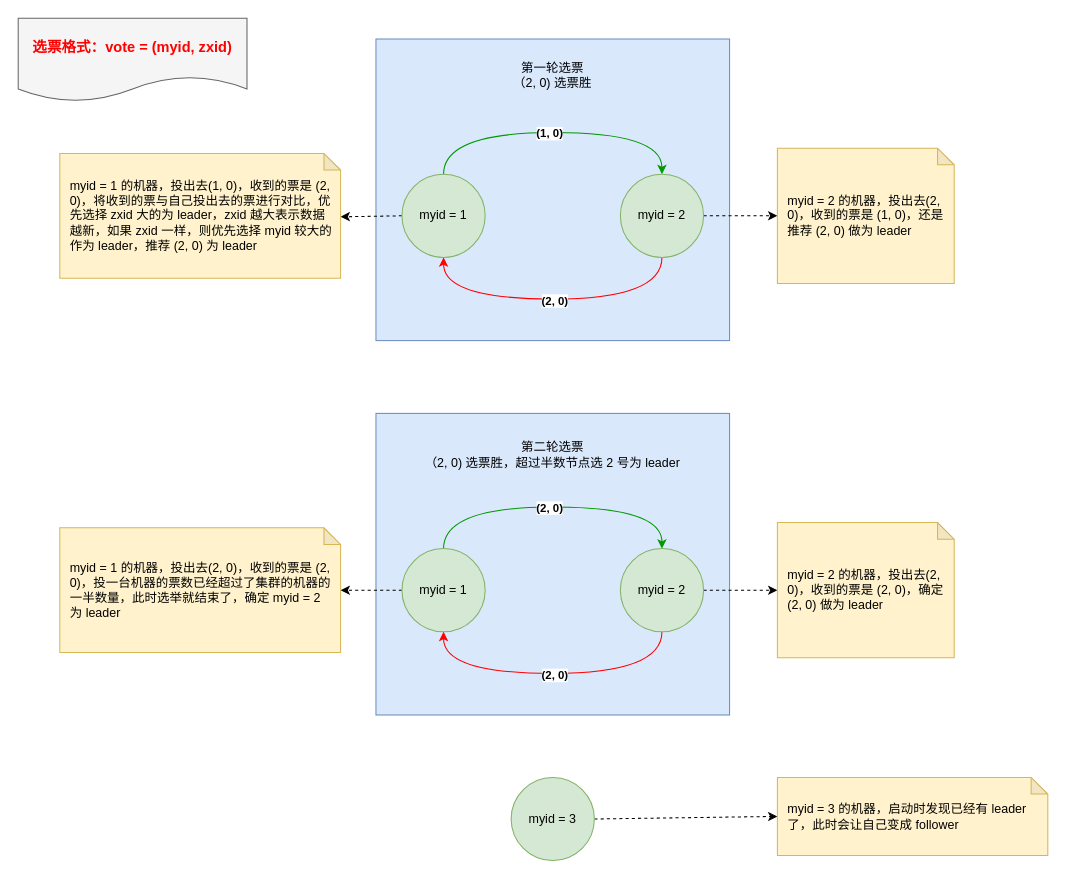
thebesteric/draw.io keeps this draw.io diagram as zookeeper/Leader 选举.drawio. Above is the earlier version. Source tidied: cells renumbered, new cells numbered last; positions are measured from the earlier drawing's top-left corner, leaving out a move shared by most shapes. Both pictures are drawn from the tidied source at 104%, with x=0, y=0 at pixel (18, 18).
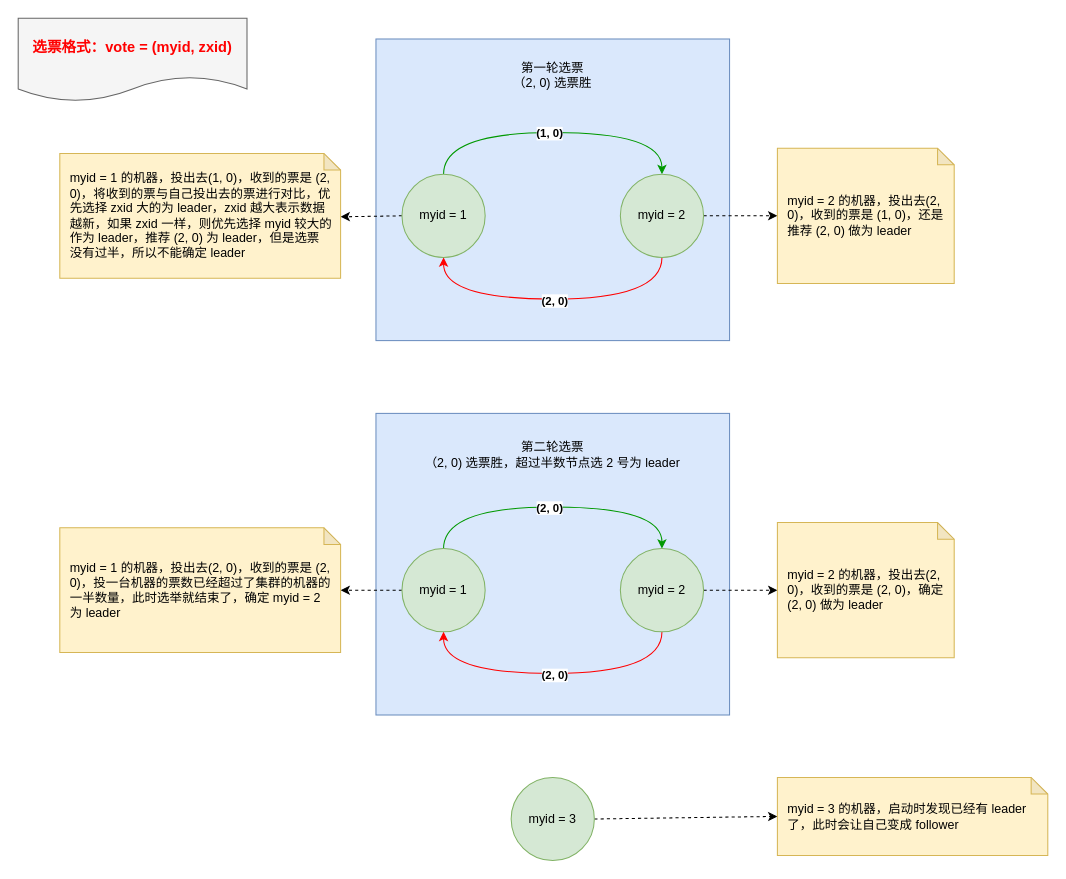
The same page after the edit.

What changed in the source:
```diff
@@
-    <mxCell id="12" value="myid = 1 的机器，投出去(1, 0)，收到的票是 (2, 0)，将收到的票与自己投出去的票进行对比，优先选择 zxid 大的为 leader，zxid 越大表示数据越新，如果 zxid 一样，则优先选择 myid 较大的作为 leader，推荐 (2, 0) 为 leader" style="shape=note;whiteSpace=wrap;html=1;backgroundOutline=1;darkOpacity=0.05;size=16;perimeterSpacing=0;spacing=5;spacingTop=5;spacingLeft=5;spacingBottom=5;spacingRight=5;align=left;fillColor=#fff2cc;strokeColor=#d6b656;" parent="1" vertex="1">
+    <mxCell id="12" value="myid = 1 的机器，投出去(1, 0)，收到的票是 (2, 0)，将收到的票与自己投出去的票进行对比，优先选择 zxid 大的为 leader，zxid 越大表示数据越新，如果 zxid 一样，则优先选择 myid 较大的作为 leader，推荐 (2, 0) 为 leader，但是选票没有过半，所以不能确定 leader" style="shape=note;whiteSpace=wrap;html=1;backgroundOutline=1;darkOpacity=0.05;size=16;perimeterSpacing=0;spacing=5;spacingTop=5;spacingLeft=5;spacingBottom=5;spacingRight=5;align=left;fillColor=#fff2cc;strokeColor=#d6b656;" parent="1" vertex="1">
       <mxGeometry x="40" y="130" width="270" height="120" as="geometry" />
     </mxCell>
```
